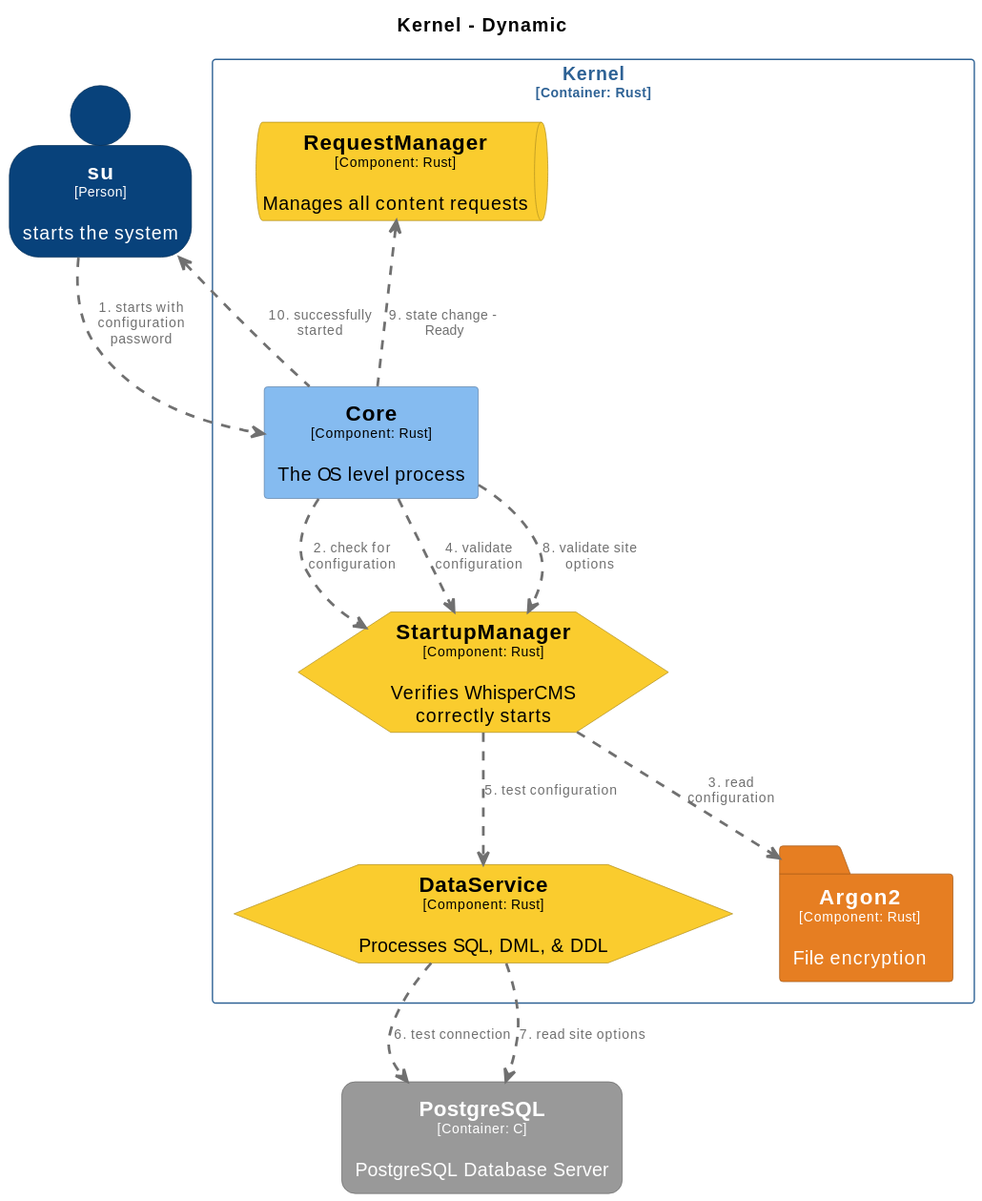
Earlier version of the PlantUML export docs/diagrams/structurizr-WhisperCMS-Startup-Sequence.svg (CoderByBlood/whisper-cms). Its diagram source:
```plantuml
@startuml
set separator none
title Kernel - Dynamic

top to bottom direction

skinparam {
  arrowFontSize 10
  defaultTextAlignment center
  wrapWidth 200
  maxMessageSize 100
}

hide stereotype

skinparam folder<<WhisperCMS.Kernel.Argon2>> {
  BackgroundColor #e67e22
  FontColor #ffffff
  BorderColor #a15817
  shadowing false
}
skinparam rectangle<<WhisperCMS.Kernel.Core>> {
  BackgroundColor #85bbf0
  FontColor #000000
  BorderColor #5d82a8
  shadowing false
}
skinparam hexagon<<WhisperCMS.Kernel.DataService>> {
  BackgroundColor #facc2e
  FontColor #000000
  BorderColor #af8e20
  shadowing false
}
skinparam rectangle<<WhisperCMS.PostgreSQL>> {
  BackgroundColor #999999
  FontColor #ffffff
  BorderColor #6b6b6b
  roundCorner 20
  shadowing false
}
skinparam queue<<WhisperCMS.Kernel.RequestManager>> {
  BackgroundColor #facc2e
  FontColor #000000
  BorderColor #af8e20
  shadowing false
}
skinparam hexagon<<WhisperCMS.Kernel.StartupManager>> {
  BackgroundColor #facc2e
  FontColor #000000
  BorderColor #af8e20
  shadowing false
}
skinparam person<<su>> {
  BackgroundColor #08427b
  FontColor #ffffff
  BorderColor #052e56
  shadowing false
}
skinparam rectangle<<WhisperCMS.Kernel>> {
  BorderColor #2e6295
  FontColor #2e6295
  shadowing false
}

rectangle "Kernel\n<size:10>[Container: Rust]</size>" <<WhisperCMS.Kernel>> {
  hexagon "==DataService\n<size:10>[Component: Rust]</size>\n\nProcesses SQL, DML, & DDL" <<WhisperCMS.Kernel.DataService>> as WhisperCMS.Kernel.DataService
  hexagon "==StartupManager\n<size:10>[Component: Rust]</size>\n\nVerifies WhisperCMS correctly starts" <<WhisperCMS.Kernel.StartupManager>> as WhisperCMS.Kernel.StartupManager
  queue "==RequestManager\n<size:10>[Component: Rust]</size>\n\nManages all content requests" <<WhisperCMS.Kernel.RequestManager>> as WhisperCMS.Kernel.RequestManager
  folder "==Argon2\n<size:10>[Component: Rust]</size>\n\nFile encryption" <<WhisperCMS.Kernel.Argon2>> as WhisperCMS.Kernel.Argon2
  rectangle "==Core\n<size:10>[Component: Rust]</size>\n\nThe OS level process" <<WhisperCMS.Kernel.Core>> as WhisperCMS.Kernel.Core
}

person "==su\n<size:10>[Person]</size>\n\nstarts the system" <<su>> as su
rectangle "==PostgreSQL\n<size:10>[Container: C]</size>\n\nPostgreSQL Database Server" <<WhisperCMS.PostgreSQL>> as WhisperCMS.PostgreSQL

su .[#707070,thickness=2].> WhisperCMS.Kernel.Core : "<color:#707070>1. starts with configuration password"
WhisperCMS.Kernel.Core .[#707070,thickness=2].> WhisperCMS.Kernel.StartupManager : "<color:#707070>2. check for configuration"
WhisperCMS.Kernel.StartupManager .[#707070,thickness=2].> WhisperCMS.Kernel.Argon2 : "<color:#707070>3. read configuration"
WhisperCMS.Kernel.Core .[#707070,thickness=2].> WhisperCMS.Kernel.StartupManager : "<color:#707070>4. validate configuration"
WhisperCMS.Kernel.StartupManager .[#707070,thickness=2].> WhisperCMS.Kernel.DataService : "<color:#707070>5. test configuration"
WhisperCMS.Kernel.DataService .[#707070,thickness=2].> WhisperCMS.PostgreSQL : "<color:#707070>6. test connection"
WhisperCMS.Kernel.DataService .[#707070,thickness=2].> WhisperCMS.PostgreSQL : "<color:#707070>7. read site options"
WhisperCMS.Kernel.Core .[#707070,thickness=2].> WhisperCMS.Kernel.StartupManager : "<color:#707070>8. validate site options"
WhisperCMS.Kernel.RequestManager <.[#707070,thickness=2]. WhisperCMS.Kernel.Core : "<color:#707070>9. state change - Ready"
su <.[#707070,thickness=2]. WhisperCMS.Kernel.Core : "<color:#707070>10. successfully started"
@enduml
```
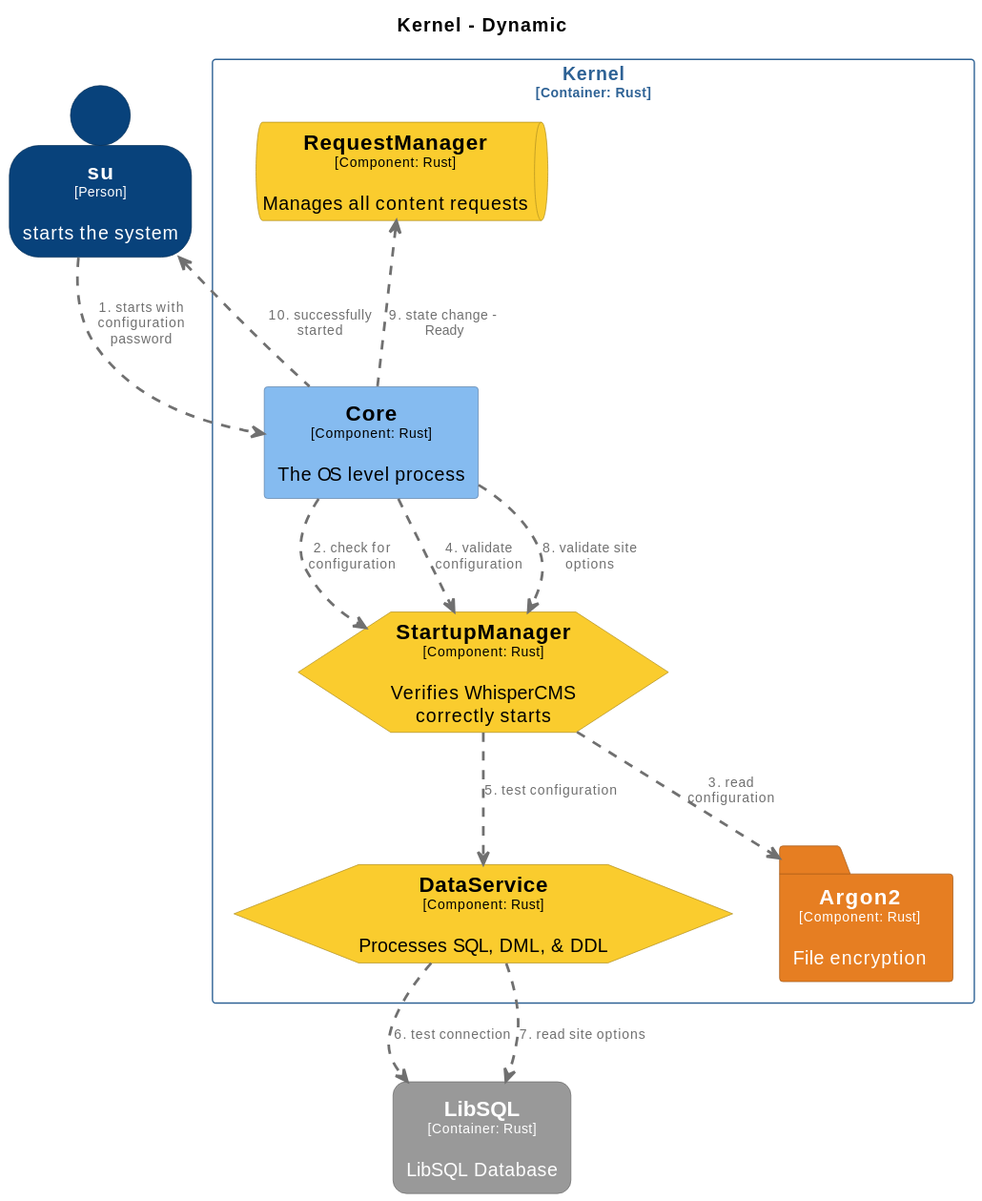
Above is the later version.

The edit, as a diff of the source:
```diff
@@ -31,7 +31,7 @@
   BorderColor #af8e20
   shadowing false
 }
-skinparam rectangle<<WhisperCMS.PostgreSQL>> {
+skinparam rectangle<<WhisperCMS.LibSQL>> {
   BackgroundColor #999999
   FontColor #ffffff
   BorderColor #6b6b6b
@@ -71,15 +71,15 @@
 }
 
 person "==su\n<size:10>[Person]</size>\n\nstarts the system" <<su>> as su
-rectangle "==PostgreSQL\n<size:10>[Container: C]</size>\n\nPostgreSQL Database Server" <<WhisperCMS.PostgreSQL>> as WhisperCMS.PostgreSQL
+rectangle "==LibSQL\n<size:10>[Container: Rust]</size>\n\nLibSQL Database" <<WhisperCMS.LibSQL>> as WhisperCMS.LibSQL
 
 su .[#707070,thickness=2].> WhisperCMS.Kernel.Core : "<color:#707070>1. starts with configuration password"
 WhisperCMS.Kernel.Core .[#707070,thickness=2].> WhisperCMS.Kernel.StartupManager : "<color:#707070>2. check for configuration"
 WhisperCMS.Kernel.StartupManager .[#707070,thickness=2].> WhisperCMS.Kernel.Argon2 : "<color:#707070>3. read configuration"
 WhisperCMS.Kernel.Core .[#707070,thickness=2].> WhisperCMS.Kernel.StartupManager : "<color:#707070>4. validate configuration"
 WhisperCMS.Kernel.StartupManager .[#707070,thickness=2].> WhisperCMS.Kernel.DataService : "<color:#707070>5. test configuration"
-WhisperCMS.Kernel.DataService .[#707070,thickness=2].> WhisperCMS.PostgreSQL : "<color:#707070>6. test connection"
-WhisperCMS.Kernel.DataService .[#707070,thickness=2].> WhisperCMS.PostgreSQL : "<color:#707070>7. read site options"
+WhisperCMS.Kernel.DataService .[#707070,thickness=2].> WhisperCMS.LibSQL : "<color:#707070>6. test connection"
+WhisperCMS.Kernel.DataService .[#707070,thickness=2].> WhisperCMS.LibSQL : "<color:#707070>7. read site options"
 WhisperCMS.Kernel.Core .[#707070,thickness=2].> WhisperCMS.Kernel.StartupManager : "<color:#707070>8. validate site options"
 WhisperCMS.Kernel.RequestManager <.[#707070,thickness=2]. WhisperCMS.Kernel.Core : "<color:#707070>9. state change - Ready"
 su <.[#707070,thickness=2]. WhisperCMS.Kernel.Core : "<color:#707070>10. successfully started"
```
